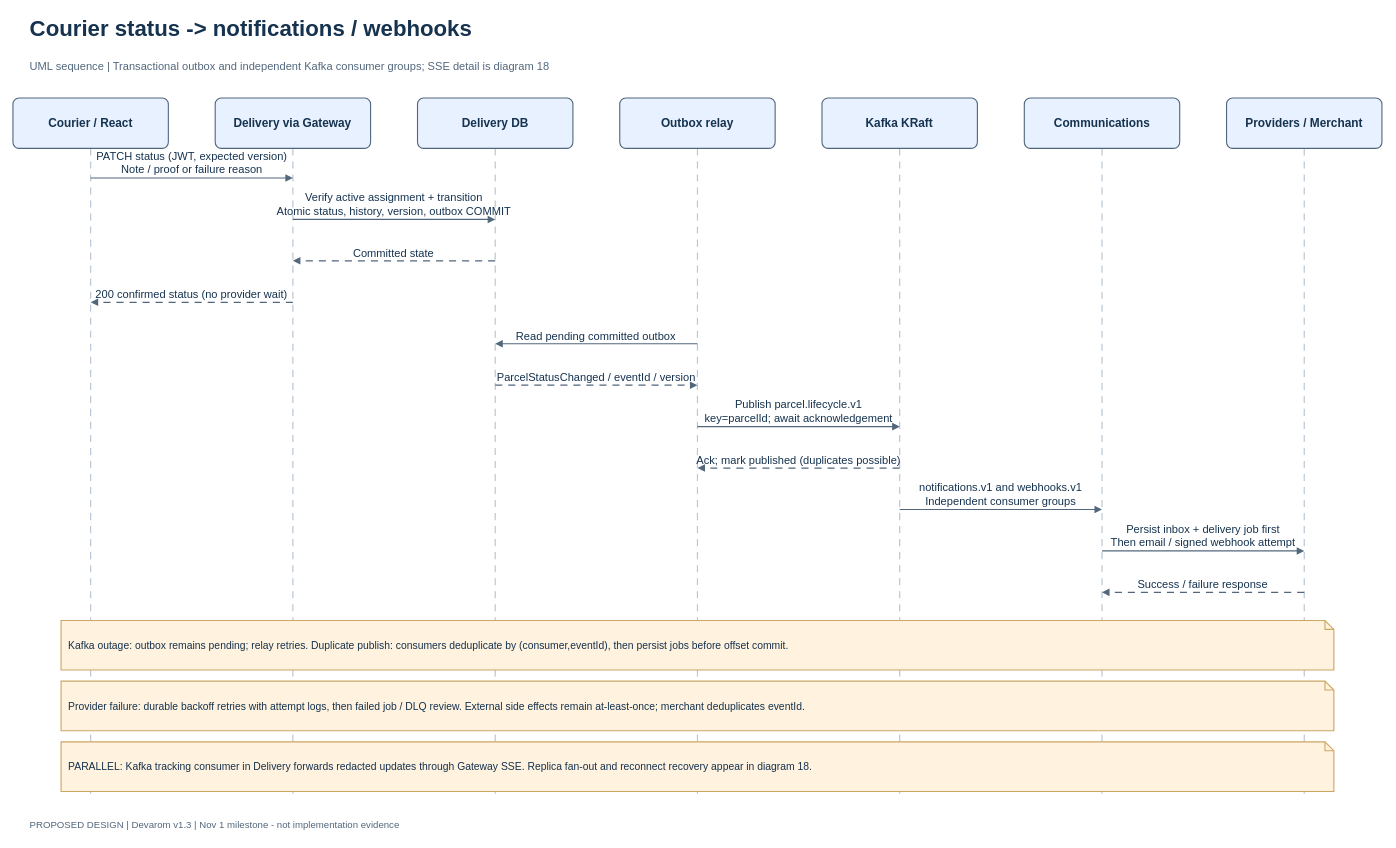
Earlier version of the draw.io diagram docs/diagrams/editable/12_courier_status_sequence.drawio (Suthankan1/swiftdrop). Source tidied: cells renumbered, new cells numbered last; positions are measured from the earlier drawing's top-left corner, leaving out a move shared by most shapes. Both pictures are drawn from the tidied source at 74%, with x=0, y=0 at pixel (13, 13).
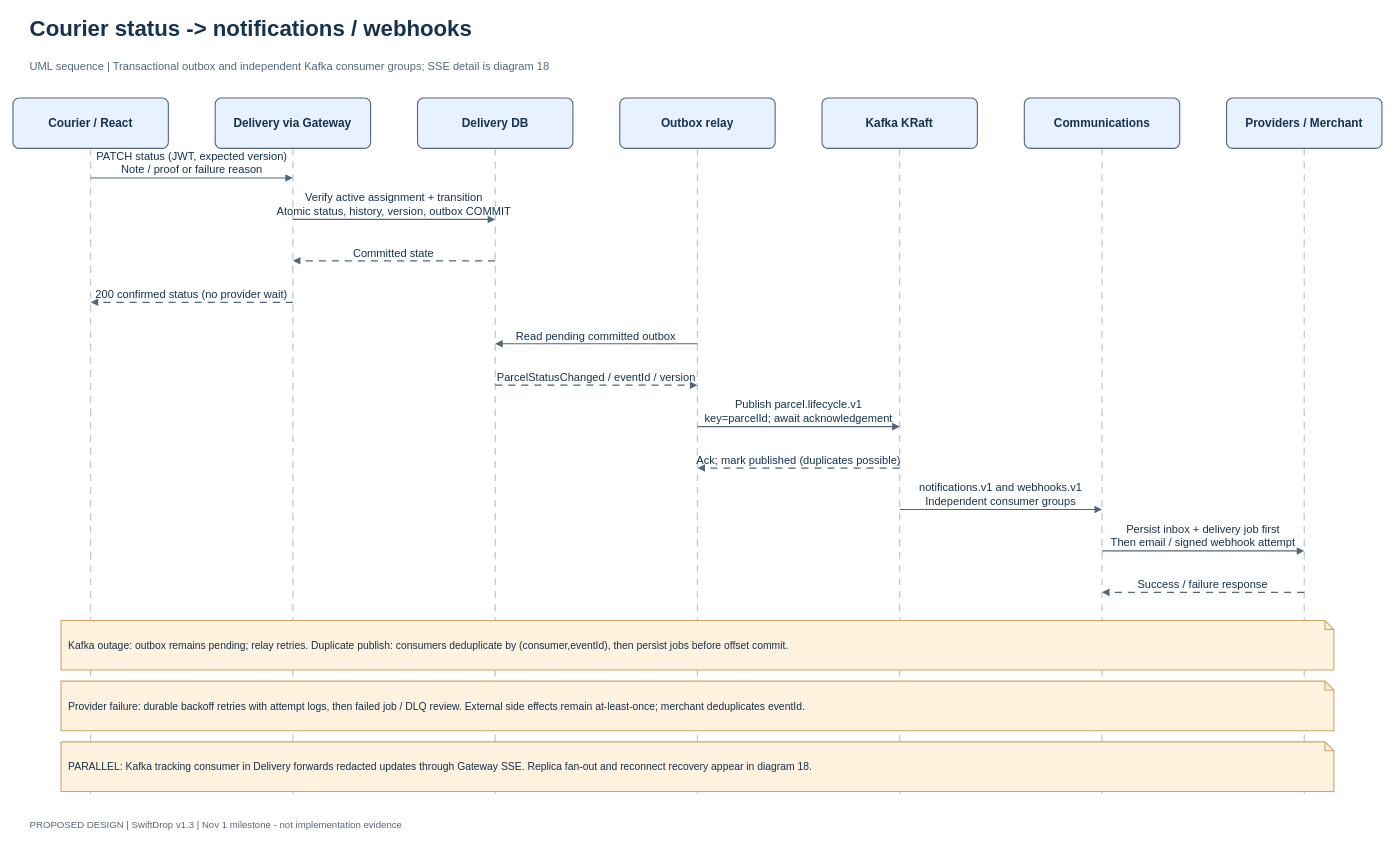
Above is the later version.

Change to the diagram source:
```diff
@@
-    <mxCell id="22" value="PROPOSED DESIGN | Devarom v1.3 | Nov 1 milestone - not implementation evidence" style="text;html=0;whiteSpace=wrap;align=left;verticalAlign=middle;fontFamily=Helvetica;fontSize=13;fontColor=#52677C;fontStyle=0;fillColor=#FFFFFF;strokeColor=#52677C;strokeWidth=1.5;spacing=10;fillColor=none;strokeColor=none;spacing=0;" parent="1" vertex="1">
+    <mxCell id="22" value="PROPOSED DESIGN | SwiftDrop v1.3 | Nov 1 milestone - not implementation evidence" style="text;html=0;whiteSpace=wrap;align=left;verticalAlign=middle;fontFamily=Helvetica;fontSize=13;fontColor=#52677C;fontStyle=0;fillColor=#FFFFFF;strokeColor=#52677C;strokeWidth=1.5;spacing=10;fillColor=none;strokeColor=none;spacing=0;" parent="1" vertex="1">
       <mxGeometry x="23" y="1082" width="1804" height="30" as="geometry" />
     </mxCell>
```
